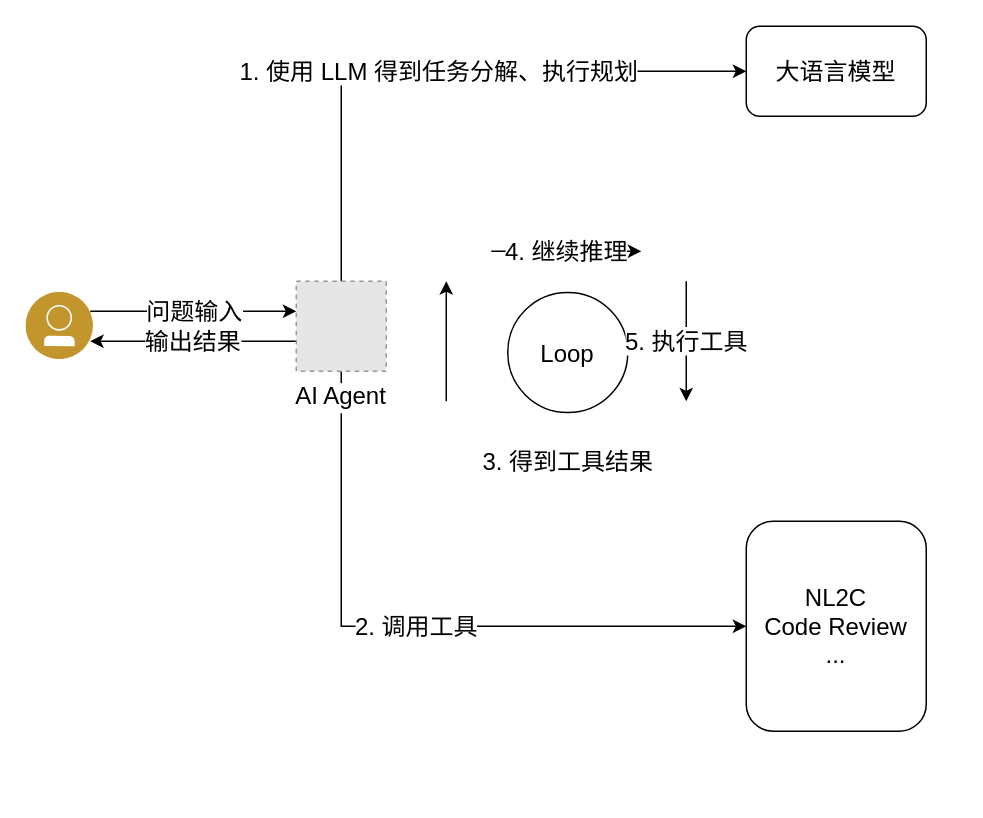
zhuoooo/doodles keeps this draw.io diagram as page "work" (4 of 5) of d2c/main.drawio. Above is the earlier version. Source tidied: cells renumbered, new cells numbered last; positions are measured from the earlier drawing's top-left corner, leaving out a move shared by most shapes. Both pictures are drawn from the tidied source at 150%, with x=0, y=0 at pixel (26, 26). Pictures stored in the file or linked from it are replaced by grey dashed boxes.
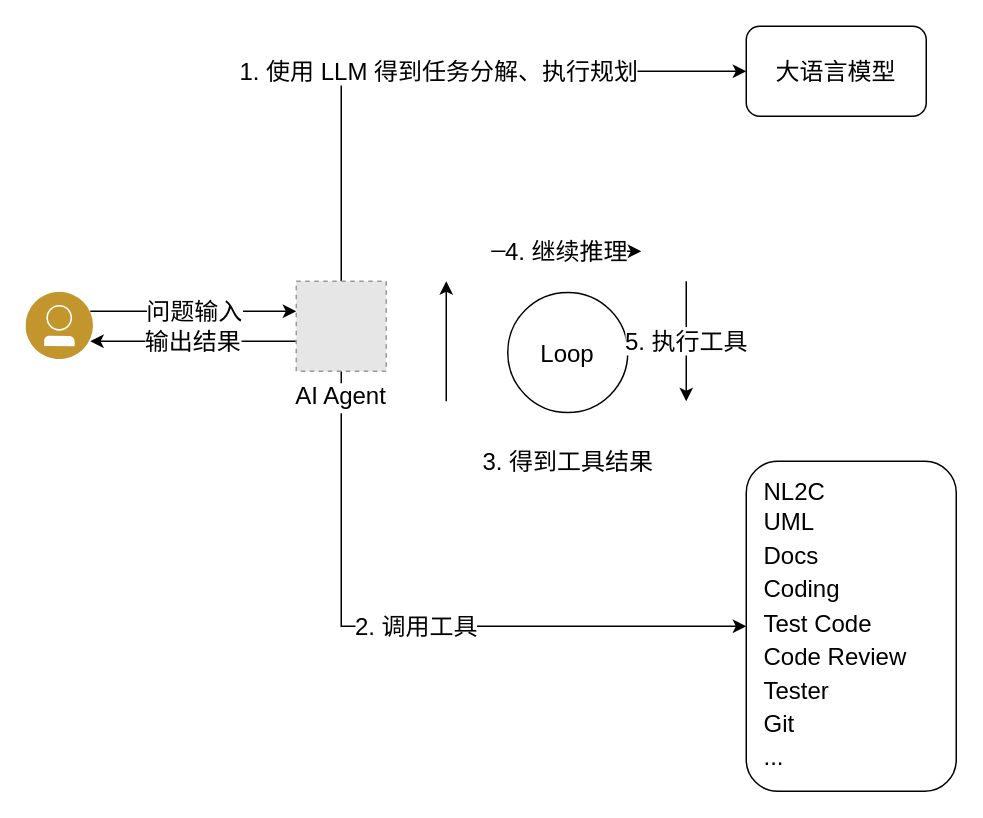
The same page after the edit.

Commit message:
update: agent 实现原理流程

Diff of the diagram source:
```diff
@@
-    <mxCell id="9" value="NL2C&lt;div style=&quot;font-size: 16px;&quot;&gt;Code Review&lt;/div&gt;&lt;div style=&quot;font-size: 16px;&quot;&gt;...&lt;/div&gt;" style="rounded=1;whiteSpace=wrap;html=1;fontFamily=微软雅黑;fontSize=16;" parent="1" vertex="1">
-      <mxGeometry x="480" y="330" width="120" height="140" as="geometry" />
+    <mxCell id="9" value="NL2C&lt;div style=&quot;line-height: 140%;&quot;&gt;UML&lt;/div&gt;&lt;div style=&quot;line-height: 140%;&quot;&gt;Docs&lt;br&gt;&lt;div style=&quot;font-size: 16px; line-height: 140%;&quot;&gt;Coding&lt;br&gt;&lt;/div&gt;&lt;div style=&quot;font-size: 16px; line-height: 140%;&quot;&gt;Test Code&lt;/div&gt;&lt;div style=&quot;font-size: 16px; line-height: 140%;&quot;&gt;Code Review&lt;/div&gt;&lt;div style=&quot;font-size: 16px; line-height: 140%;&quot;&gt;Tester&lt;/div&gt;&lt;div style=&quot;font-size: 16px; line-height: 140%;&quot;&gt;Git&lt;/div&gt;&lt;div style=&quot;font-size: 16px; line-height: 140%;&quot;&gt;...&lt;/div&gt;&lt;/div&gt;" style="rounded=1;whiteSpace=wrap;html=1;fontFamily=微软雅黑;fontSize=16;align=left;spacingLeft=10;" parent="1" vertex="1">
+      <mxGeometry x="480" y="290" width="140" height="220" as="geometry" />
     </mxCell>
```
